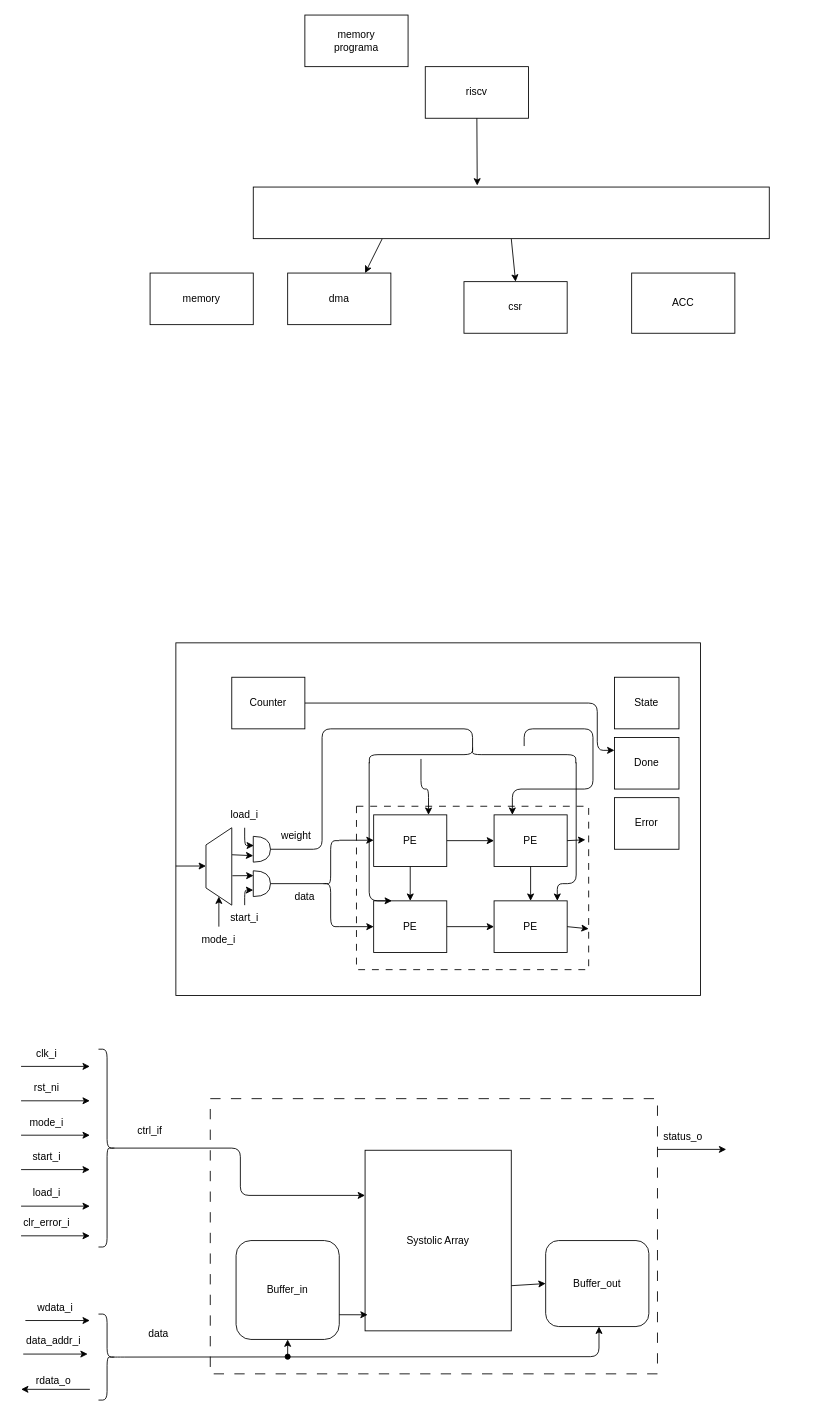
Earlier version of the draw.io diagram 04.RTL/accel/arq_accel.drawio (Leandro-Gama/riscv-dma-matrix-coprocessor). Source tidied: cells renumbered, new cells numbered last; positions are measured from the earlier drawing's top-left corner, leaving out a move shared by most shapes. Both pictures are drawn from the tidied source at 86%, with x=0, y=0 at pixel (21, 15).
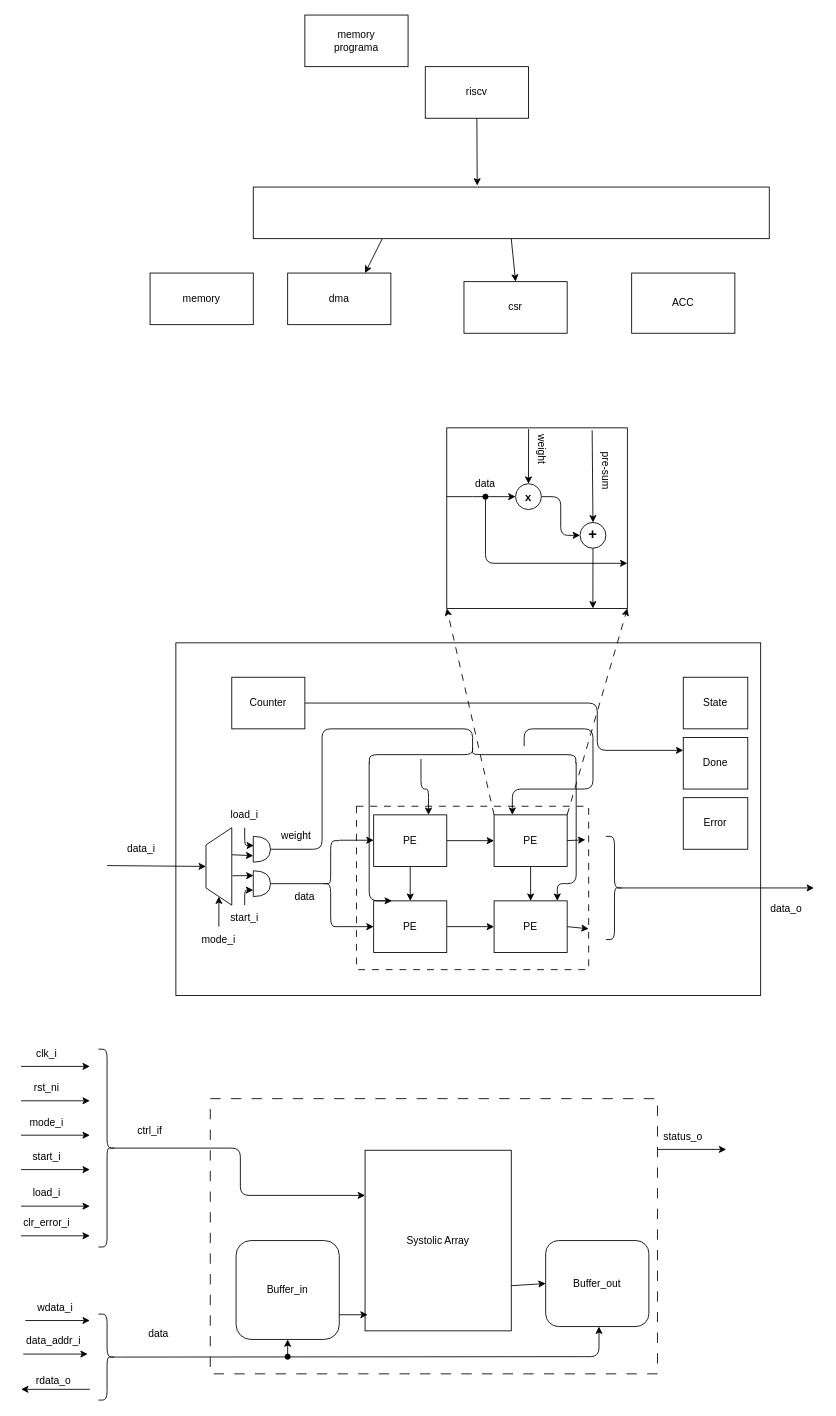
The same page after the edit.

The change refers to these unchanged cells:
```xml
<mxCell id="43" value="PE" style="whiteSpace=wrap;html=1;" parent="1" vertex="1">
  <mxGeometry x="550" y="930" width="85" height="60" as="geometry" />
</mxCell>
<mxCell id="49" style="shape=trapezoid;perimeter=trapezoidPerimeter;whiteSpace=wrap;html=1;shapeInside=1;fixedSize=1;rotation=-90;" parent="1" vertex="1">
  <mxGeometry x="185" y="975" width="90" height="30" as="geometry" />
</mxCell>
```

The edit, as a diff of the source:
```diff
@@
-    <mxCell id="2" style="whiteSpace=wrap;html=1;" parent="1" vertex="1">
-      <mxGeometry x="180" y="730" width="610" height="410" as="geometry" />
+    <mxCell id="2" value="&amp;nbsp; &amp;nbsp; &amp;nbsp; &amp;nbsp; &amp;nbsp; &amp;nbsp; &amp;nbsp; &amp;nbsp; &amp;nbsp; &amp;nbsp; &amp;nbsp; &amp;nbsp; &amp;nbsp; &amp;nbsp; &amp;nbsp; &amp;nbsp; &amp;nbsp; &amp;nbsp; &amp;nbsp; &amp;nbsp; &amp;nbsp; &amp;nbsp; &amp;nbsp; &amp;nbsp; &amp;nbsp; &amp;nbsp; &amp;nbsp; &amp;nbsp; &amp;nbsp; &amp;nbsp; &amp;nbsp; &amp;nbsp; &amp;nbsp; &amp;nbsp; &amp;nbsp; &amp;nbsp; &amp;nbsp; &amp;nbsp; &amp;nbsp; &amp;nbsp; &amp;nbsp; &amp;nbsp; &amp;nbsp; &amp;nbsp; &amp;nbsp; &amp;nbsp; &amp;nbsp; &amp;nbsp; &amp;nbsp; &amp;nbsp; &amp;nbsp; " style="whiteSpace=wrap;html=1;" parent="1" vertex="1">
+      <mxGeometry x="180" y="730" width="680" height="410" as="geometry" />
     </mxCell>
@@
-    <mxCell id="70" style="edgeStyle=none;jettySize=auto;html=1;exitX=0;exitY=0.633;exitDx=0;exitDy=0;exitPerimeter=0;" parent="1" edge="1" source="2">
-      <mxGeometry relative="1" as="geometry">
-        <mxPoint x="215" y="989.5" as="targetPoint" />
-      </mxGeometry>
-    </mxCell>
     <mxCell id="71" value="State" style="rounded=0;whiteSpace=wrap;html=1;" parent="1" vertex="1">
-      <mxGeometry x="690" y="770" width="75" height="60" as="geometry" />
+      <mxGeometry x="770" y="770" width="75" height="60" as="geometry" />
     </mxCell>
     <mxCell id="72" value="Done" style="rounded=0;whiteSpace=wrap;html=1;" parent="1" vertex="1">
-      <mxGeometry x="690" y="840" width="75" height="60" as="geometry" />
+      <mxGeometry x="770" y="840" width="75" height="60" as="geometry" />
     </mxCell>
     <mxCell id="73" value="Error" style="rounded=0;whiteSpace=wrap;html=1;" parent="1" vertex="1">
-      <mxGeometry x="690" y="910" width="75" height="60" as="geometry" />
+      <mxGeometry x="770" y="910" width="75" height="60" as="geometry" />
     </mxCell>
@@
+    <mxCell id="86" style="edgeStyle=none;jettySize=auto;html=1;entryX=0.5;entryY=0;entryDx=0;entryDy=0;" parent="1" edge="1" target="49">
+      <mxGeometry relative="1" as="geometry">
+        <mxPoint x="100" y="989" as="sourcePoint" />
+      </mxGeometry>
+    </mxCell>
+    <mxCell id="87" value="data_i" style="text;html=1;whiteSpace=wrap;strokeColor=none;fillColor=none;align=center;verticalAlign=middle;rounded=0;" parent="1" vertex="1">
+      <mxGeometry x="110" y="955" width="60" height="30" as="geometry" />
+    </mxCell>
+    <mxCell id="88" style="edgeStyle=none;html=1;exitX=0.1;exitY=0.5;exitDx=0;exitDy=0;exitPerimeter=0;" parent="1" edge="1" source="89">
+      <mxGeometry relative="1" as="geometry">
+        <mxPoint x="922" y="1015" as="targetPoint" />
+      </mxGeometry>
+    </mxCell>
+    <mxCell id="89" style="shape=curlyBracket;whiteSpace=wrap;html=1;rounded=1;flipH=1;labelPosition=right;verticalLabelPosition=middle;align=left;verticalAlign=middle;labelPerimeter=1;legacyAnchorPoints=0;" parent="1" vertex="1">
+      <mxGeometry x="680" y="955" width="20" height="120" as="geometry" />
+    </mxCell>
+    <mxCell id="90" value="data_o" style="text;html=1;whiteSpace=wrap;strokeColor=none;fillColor=none;align=center;verticalAlign=middle;rounded=0;" parent="1" vertex="1">
+      <mxGeometry x="860" y="1025" width="60" height="30" as="geometry" />
+    </mxCell>
+    <mxCell id="91" style="rounded=0;whiteSpace=wrap;html=1;" parent="1" vertex="1">
+      <mxGeometry x="495" y="480" width="210" height="210" as="geometry" />
+    </mxCell>
+    <mxCell id="92" style="edgeStyle=orthogonalEdgeStyle;html=1;exitX=1;exitY=0.5;exitDx=0;exitDy=0;entryX=0;entryY=0.5;entryDx=0;entryDy=0;" parent="1" edge="1" source="93" target="99">
+      <mxGeometry relative="1" as="geometry" />
+    </mxCell>
+    <mxCell id="93" value="&lt;font style=&quot;font-size: 13px;&quot;&gt;&lt;b&gt;x&lt;/b&gt;&lt;/font&gt;" style="ellipse;whiteSpace=wrap;html=1;shapeInside=1;align=center;" parent="1" vertex="1">
+      <mxGeometry x="575" y="545" width="30" height="30" as="geometry" />
+    </mxCell>
+    <mxCell id="94" style="edgeStyle=none;orthogonalLoop=1;jettySize=auto;html=1;" parent="1" edge="1">
+      <mxGeometry relative="1" as="geometry">
+        <mxPoint x="495" y="560" as="sourcePoint" />
+        <mxPoint x="575" y="560" as="targetPoint" />
+        <Array as="points">
+          <mxPoint x="535" y="560" />
+        </Array>
+      </mxGeometry>
+    </mxCell>
+    <mxCell id="95" style="edgeStyle=none;jettySize=auto;html=1;entryX=0.5;entryY=0;entryDx=0;entryDy=0;exitX=0.453;exitY=0.007;exitDx=0;exitDy=0;exitPerimeter=0;" parent="1" edge="1" source="91" target="93">
+      <mxGeometry x="-0.05" relative="1" as="geometry" />
+    </mxCell>
+    <mxCell id="96" value="weight" style="text;html=1;whiteSpace=wrap;strokeColor=none;fillColor=none;align=center;verticalAlign=middle;rounded=0;rotation=90;" parent="1" vertex="1">
+      <mxGeometry x="580" y="495" width="50" height="20" as="geometry" />
+    </mxCell>
+    <mxCell id="97" value="data" style="text;html=1;whiteSpace=wrap;strokeColor=none;fillColor=none;align=center;verticalAlign=middle;rounded=0;rotation=0;" parent="1" vertex="1">
+      <mxGeometry x="510" y="530" width="60" height="30" as="geometry" />
+    </mxCell>
+    <mxCell id="98" style="edgeStyle=none;html=1;exitX=0.5;exitY=1;exitDx=0;exitDy=0;" parent="1" edge="1" source="99">
+      <mxGeometry relative="1" as="geometry">
+        <mxPoint x="664.9" y="690" as="targetPoint" />
+      </mxGeometry>
+    </mxCell>
+    <mxCell id="99" value="&lt;b style=&quot;&quot;&gt;&lt;font style=&quot;font-size: 17px;&quot;&gt;+&lt;/font&gt;&lt;/b&gt;" style="ellipse;whiteSpace=wrap;html=1;shapeInside=1;align=center;" parent="1" vertex="1">
+      <mxGeometry x="650" y="590" width="30" height="30" as="geometry" />
+    </mxCell>
+    <mxCell id="100" style="edgeStyle=none;jettySize=auto;html=1;exitX=0.805;exitY=0.013;exitDx=0;exitDy=0;exitPerimeter=0;entryX=0.5;entryY=0;entryDx=0;entryDy=0;" parent="1" edge="1" source="91" target="99">
+      <mxGeometry relative="1" as="geometry" />
+    </mxCell>
+    <mxCell id="101" value="pre-sum" style="text;html=1;whiteSpace=wrap;strokeColor=none;fillColor=none;align=center;verticalAlign=middle;rounded=0;rotation=90;" parent="1" vertex="1">
+      <mxGeometry x="650" y="515" width="60" height="30" as="geometry" />
+    </mxCell>
+    <mxCell id="102" style="edgeStyle=orthogonalEdgeStyle;jettySize=auto;html=1;exitX=0.5;exitY=1;exitDx=0;exitDy=0;entryX=1;entryY=0.75;entryDx=0;entryDy=0;startArrow=oval;startFill=1;" parent="1" edge="1" source="97" target="91">
+      <mxGeometry x="-0.32" relative="1" as="geometry">
+        <Array as="points">
+          <mxPoint x="540" y="637.5" />
+        </Array>
+      </mxGeometry>
+    </mxCell>
+    <mxCell id="103" style="edgeStyle=none;jettySize=auto;html=1;entryX=0;entryY=1;entryDx=0;entryDy=0;exitX=0;exitY=0;exitDx=0;exitDy=0;dashed=1;dashPattern=8 8;" parent="1" edge="1" source="43" target="91">
+      <mxGeometry relative="1" as="geometry" />
+    </mxCell>
+    <mxCell id="104" style="edgeStyle=none;jettySize=auto;html=1;exitX=1;exitY=0;exitDx=0;exitDy=0;dashed=1;dashPattern=8 8;entryX=1;entryY=1;entryDx=0;entryDy=0;" parent="1" edge="1" source="43" target="91">
+      <mxGeometry relative="1" as="geometry" />
+    </mxCell>
```
